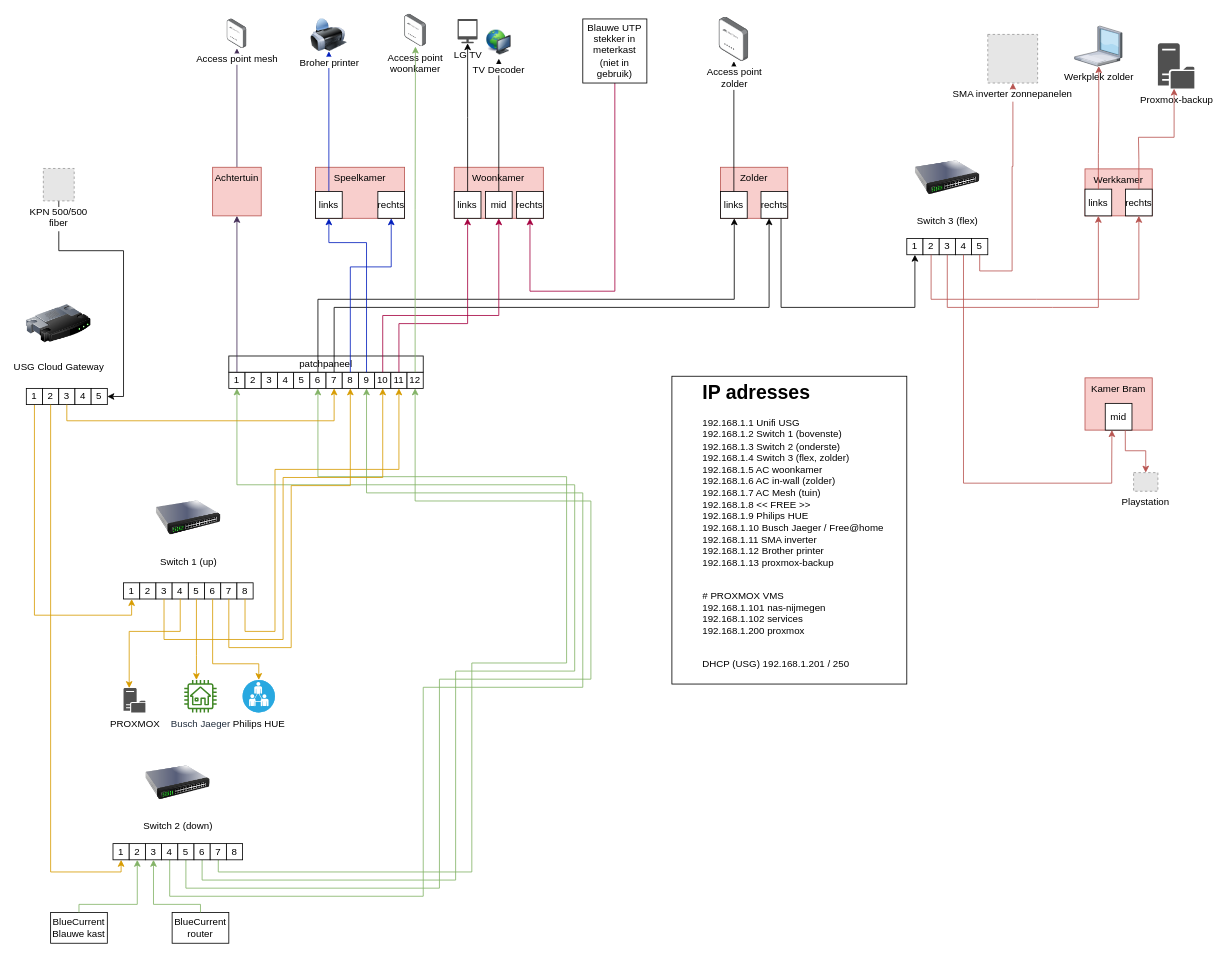
Earlier version of the draw.io diagram docs/network-diagram.drawio (rogierlommers/homelab). Source tidied: cells renumbered, new cells numbered last; positions are measured from the earlier drawing's top-left corner, leaving out a move shared by most shapes. Both pictures are drawn from the tidied source at 81%, with x=0, y=0 at pixel (26, 14). Pictures stored in the file or linked from it are replaced by grey dashed boxes.
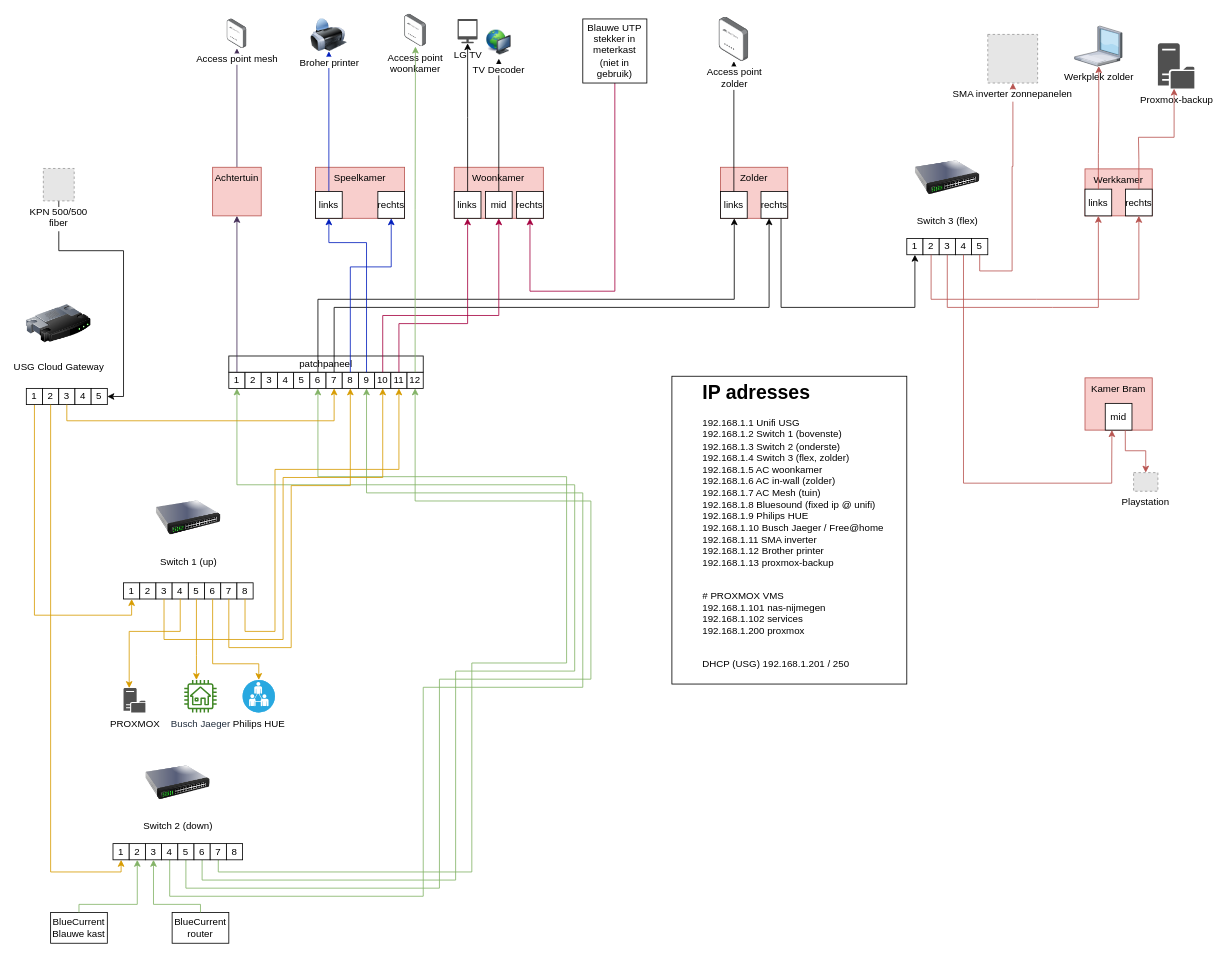
The same diagram, later.

Commit message:
Assign static ip to BlueSound receiver

The edit, as a diff of the source:
```diff
@@
-    <mxCell id="92" value="&lt;h1&gt;IP adresses&lt;/h1&gt;&lt;p&gt;192.168.1.1 Unifi USG&lt;br&gt;192.168.1.2 Switch 1 (bovenste)&lt;br&gt;192.168.1.3 Switch 2 (onderste)&lt;br&gt;192.168.1.4 Switch 3 (flex, zolder)&lt;br&gt;192.168.1.5 AC woonkamer&lt;br&gt;192.168.1.6 AC in-wall (zolder)&lt;br&gt;192.168.1.7 AC Mesh (tuin)&lt;br&gt;192.168.1.8 &amp;lt;&amp;lt; FREE &amp;gt;&amp;gt;&lt;br&gt;192.168.1.9 Philips HUE&lt;br&gt;192.168.1.10 Busch Jaeger / Free@home&lt;br&gt;192.168.1.11 SMA inverter&lt;br&gt;192.168.1.12 Brother printer&lt;br&gt;192.168.1.13 proxmox-backup&lt;br&gt;&lt;br&gt;&lt;/p&gt;&lt;p&gt;# PROXMOX VMS&lt;br&gt;192.168.1.101 nas-nijmegen&lt;br&gt;192.168.1.102 services&lt;br&gt;192.168.1.200 proxmox&lt;br&gt;&lt;br&gt;&lt;/p&gt;&lt;p&gt;DHCP (USG) 192.168.1.201 / 250&lt;/p&gt;" style="text;html=1;strokeColor=none;fillColor=none;spacing=5;spacingTop=-20;whiteSpace=wrap;overflow=hidden;rounded=0;" parent="1" vertex="1">
+    <mxCell id="92" value="&lt;h1&gt;IP adresses&lt;/h1&gt;&lt;p&gt;192.168.1.1 Unifi USG&lt;br&gt;192.168.1.2 Switch 1 (bovenste)&lt;br&gt;192.168.1.3 Switch 2 (onderste)&lt;br&gt;192.168.1.4 Switch 3 (flex, zolder)&lt;br&gt;192.168.1.5 AC woonkamer&lt;br&gt;192.168.1.6 AC in-wall (zolder)&lt;br&gt;192.168.1.7 AC Mesh (tuin)&lt;br&gt;192.168.1.8 Bluesound (fixed ip @ unifi)&lt;br&gt;192.168.1.9 Philips HUE&lt;br&gt;192.168.1.10 Busch Jaeger / Free@home&lt;br&gt;192.168.1.11 SMA inverter&lt;br&gt;192.168.1.12 Brother printer&lt;br&gt;192.168.1.13 proxmox-backup&lt;br&gt;&lt;br&gt;&lt;/p&gt;&lt;p&gt;# PROXMOX VMS&lt;br&gt;192.168.1.101 nas-nijmegen&lt;br&gt;192.168.1.102 services&lt;br&gt;192.168.1.200 proxmox&lt;br&gt;&lt;br&gt;&lt;/p&gt;&lt;p&gt;DHCP (USG) 192.168.1.201 / 250&lt;/p&gt;" style="text;html=1;strokeColor=none;fillColor=none;spacing=5;spacingTop=-20;whiteSpace=wrap;overflow=hidden;rounded=0;" parent="1" vertex="1">
       <mxGeometry x="830" y="447" width="290" height="410" as="geometry" />
     </mxCell>
```
